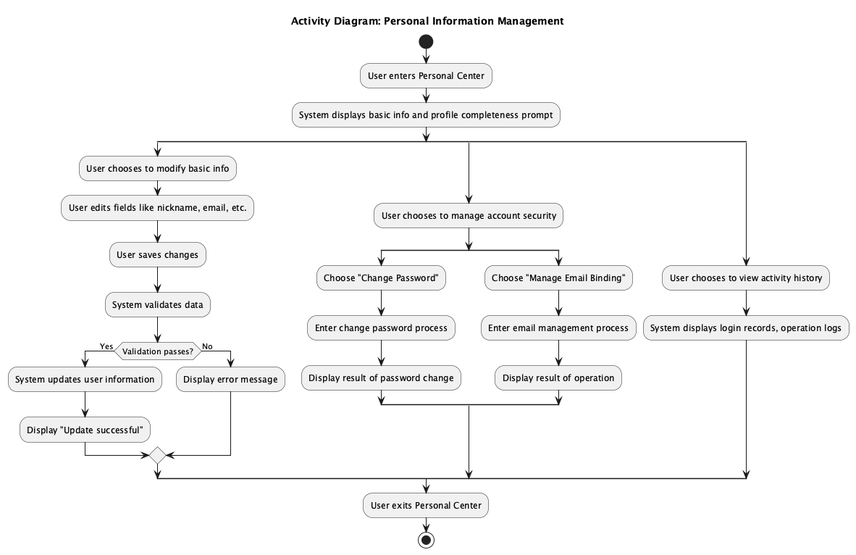
Earlier version of the PlantUML export latex/UML/Activity/Personal-Information-Management.png (stepbystepcode/CodeWay). The source it was exported from:
```plantuml
@startuml
title Activity Diagram: Personal Information Management

start
:User enters Personal Center;
:System displays basic info and profile completeness prompt;
split
  :User chooses to modify basic info;
  :User edits fields like nickname, email, etc.;
  :User saves changes;
  :System validates data;
  if (Validation passes?) then (Yes)
    :System updates user information;
    :Display "Update successful";
  else (No)
    :Display error message;
  endif
split again
  :User chooses to manage account security;
  split
    :Choose "Change Password";
    :Enter change password process;
    :Display result of password change;
  split again
    :Choose "Manage Email Binding";
    :Enter email management process;
    :Display result of operation;
  endsplit
split again
  :User chooses to view activity history;
  :System displays login records, operation logs;
endsplit
:User exits Personal Center;
stop

@enduml
```
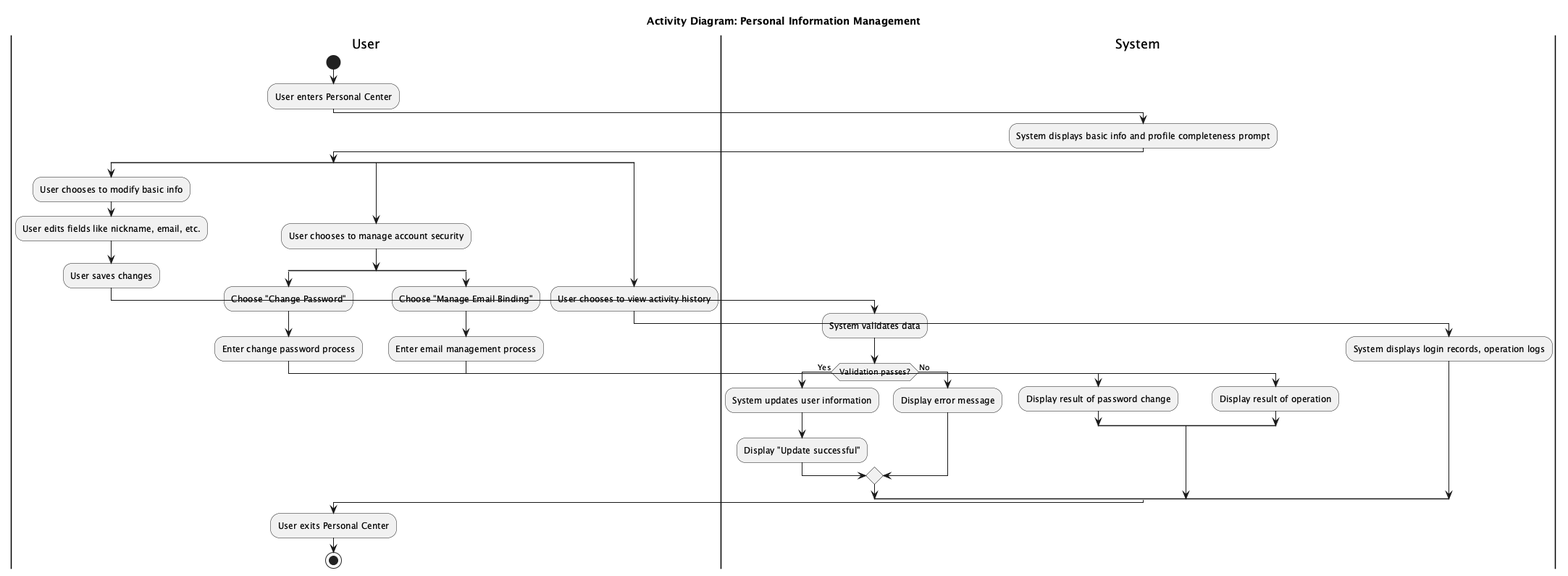
After the change.

Diff of the diagram source:
```diff
@@ -1,13 +1,20 @@
 @startuml
 title Activity Diagram: Personal Information Management
 
+|User|
 start
 :User enters Personal Center;
+
+|System|
 :System displays basic info and profile completeness prompt;
+
+|User|
 split
   :User chooses to modify basic info;
   :User edits fields like nickname, email, etc.;
   :User saves changes;
+
+  |System|
   :System validates data;
   if (Validation passes?) then (Yes)
     :System updates user information;
@@ -15,21 +22,35 @@
   else (No)
     :Display error message;
   endif
+
+|User|
 split again
   :User chooses to manage account security;
   split
     :Choose "Change Password";
     :Enter change password process;
+
+    |System|
     :Display result of password change;
+
+  |User|
   split again
     :Choose "Manage Email Binding";
     :Enter email management process;
+
+    |System|
     :Display result of operation;
   endsplit
+
+|User|
 split again
   :User chooses to view activity history;
+
+  |System|
   :System displays login records, operation logs;
 endsplit
+
+|User|
 :User exits Personal Center;
 stop
 
```
